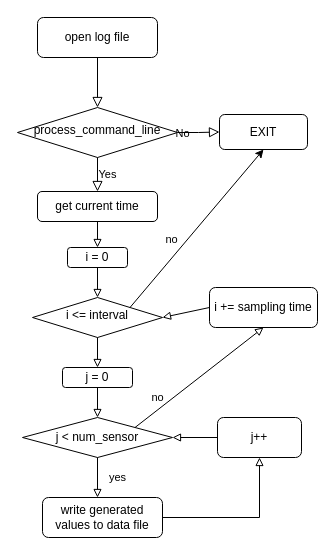
The draw.io diagram task_1/Flowchart of the main.drawio in Miraculous-Sky/mini_project, before the edit. Source tidied: cells renumbered, new cells numbered last; positions are measured from the earlier drawing's top-left corner, leaving out a move shared by most shapes. Both pictures are drawn from the tidied source at 100%, with x=0, y=0 at pixel (17, 17).
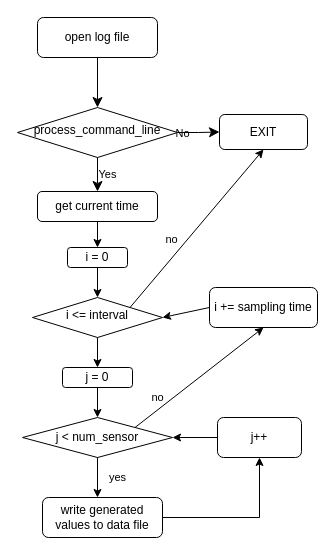
The same page after the edit.

Unchanged cells that the change refers to:
```xml
<mxCell id="3" value="open log file" style="rounded=1;whiteSpace=wrap;html=1;fontSize=12;glass=0;strokeWidth=1;shadow=0;" parent="1" vertex="1">
  <mxGeometry x="20" width="120" height="40" as="geometry" />
</mxCell>
<mxCell id="5" value="process_command_line" style="rhombus;whiteSpace=wrap;html=1;shadow=0;fontFamily=Helvetica;fontSize=12;align=center;strokeWidth=1;spacing=6;spacingTop=-4;" parent="1" vertex="1">
  <mxGeometry y="90" width="160" height="50" as="geometry" />
</mxCell>
<mxCell id="6" value="EXIT" style="rounded=1;whiteSpace=wrap;html=1;fontSize=12;glass=0;strokeWidth=1;shadow=0;" parent="1" vertex="1">
  <mxGeometry x="202" y="97" width="88" height="35" as="geometry" />
</mxCell>
<mxCell id="7" value="&lt;div style=&quot;line-height: 19px;&quot;&gt;i &amp;lt;= interval&lt;/div&gt;" style="rhombus;whiteSpace=wrap;html=1;shadow=0;fontFamily=Helvetica;fontSize=12;align=center;strokeWidth=1;spacing=6;spacingTop=-4;" parent="1" vertex="1">
  <mxGeometry x="15" y="280" width="130" height="40" as="geometry" />
</mxCell>
<mxCell id="8" value="get current time" style="rounded=1;whiteSpace=wrap;html=1;" parent="1" vertex="1">
  <mxGeometry x="20" y="174" width="120" height="30" as="geometry" />
</mxCell>
<mxCell id="10" value="i = 0" style="rounded=1;whiteSpace=wrap;html=1;" parent="1" vertex="1">
  <mxGeometry x="50" y="230" width="60" height="20" as="geometry" />
</mxCell>
<mxCell id="12" value="j &amp;lt; num_sensor" style="rhombus;whiteSpace=wrap;html=1;" parent="1" vertex="1">
  <mxGeometry x="5" y="400" width="150" height="40" as="geometry" />
</mxCell>
<mxCell id="13" value="j = 0" style="rounded=1;whiteSpace=wrap;html=1;" parent="1" vertex="1">
  <mxGeometry x="45" y="350" width="70" height="20" as="geometry" />
</mxCell>
<mxCell id="19" value="j++" style="rounded=1;whiteSpace=wrap;html=1;" parent="1" vertex="1">
  <mxGeometry x="200" y="400" width="84" height="40" as="geometry" />
</mxCell>
<mxCell id="21" value="write generated values to data file" style="rounded=1;whiteSpace=wrap;html=1;" parent="1" vertex="1">
  <mxGeometry x="25" y="480" width="120" height="40" as="geometry" />
</mxCell>
<mxCell id="23" value="i += sampling time" style="rounded=1;whiteSpace=wrap;html=1;" parent="1" vertex="1">
  <mxGeometry x="192" y="270" width="108" height="40" as="geometry" />
</mxCell>
```

Diff of the diagram source:
```diff
@@
-    <mxCell id="2" style="rounded=0;html=1;jettySize=auto;fontSize=11;endArrow=block;endFill=0;endSize=8;strokeWidth=1;shadow=0;labelBackgroundColor=none;edgeStyle=orthogonalEdgeStyle;" parent="1" edge="1" source="3" target="5">
+    <mxCell id="2" style="rounded=0;html=1;jettySize=auto;fontSize=11;endArrow=classic;endFill=1;endSize=8;strokeWidth=1;shadow=0;labelBackgroundColor=none;edgeStyle=orthogonalEdgeStyle;" parent="1" edge="1" source="3" target="5">
       <mxGeometry relative="1" as="geometry" />
     </mxCell>
@@
-    <mxCell id="4" value="No" style="edgeStyle=orthogonalEdgeStyle;rounded=0;html=1;jettySize=auto;fontSize=11;endArrow=block;endFill=0;endSize=8;strokeWidth=1;shadow=0;labelBackgroundColor=none;" parent="1" edge="1" source="5" target="6">
+    <mxCell id="4" value="No" style="edgeStyle=orthogonalEdgeStyle;rounded=0;html=1;jettySize=auto;fontSize=11;endArrow=classic;endFill=1;endSize=8;strokeWidth=1;shadow=0;labelBackgroundColor=none;" parent="1" edge="1" source="5" target="6">
       <mxGeometry x="0.01" y="15" relative="1" as="geometry">
         <mxPoint x="-1" y="1" as="offset" />
       </mxGeometry>
     </mxCell>
@@
-    <mxCell id="9" value="Yes" style="edgeStyle=orthogonalEdgeStyle;rounded=0;html=1;jettySize=auto;fontSize=11;endArrow=block;endFill=0;endSize=8;strokeWidth=1;shadow=0;labelBackgroundColor=none;exitX=0.5;exitY=1;exitDx=0;exitDy=0;entryX=0.5;entryY=0;entryDx=0;entryDy=0;" parent="1" edge="1" source="5" target="8">
+    <mxCell id="9" value="Yes" style="edgeStyle=orthogonalEdgeStyle;rounded=0;html=1;jettySize=auto;fontSize=11;endArrow=classic;endFill=1;endSize=8;strokeWidth=1;shadow=0;labelBackgroundColor=none;exitX=0.5;exitY=1;exitDx=0;exitDy=0;entryX=0.5;entryY=0;entryDx=0;entryDy=0;" parent="1" edge="1" source="5" target="8">
       <mxGeometry y="10" relative="1" as="geometry" />
     </mxCell>
@@
-    <mxCell id="11" style="endArrow=block;html=1;rounded=0;endFill=0;exitX=0.5;exitY=1;exitDx=0;exitDy=0;entryX=0.5;entryY=0;entryDx=0;entryDy=0;" parent="1" edge="1" source="8" target="10">
+    <mxCell id="11" style="endArrow=classic;html=1;rounded=0;endFill=1;exitX=0.5;exitY=1;exitDx=0;exitDy=0;entryX=0.5;entryY=0;entryDx=0;entryDy=0;" parent="1" edge="1" source="8" target="10">
       <mxGeometry relative="1" as="geometry" />
     </mxCell>
@@
-    <mxCell id="14" style="endArrow=block;html=1;rounded=0;exitX=0.5;exitY=1;exitDx=0;exitDy=0;entryX=0.5;entryY=0;entryDx=0;entryDy=0;endFill=0;" parent="1" edge="1" source="10" target="7">
+    <mxCell id="14" style="endArrow=classic;html=1;rounded=0;exitX=0.5;exitY=1;exitDx=0;exitDy=0;entryX=0.5;entryY=0;entryDx=0;entryDy=0;endFill=1;" parent="1" edge="1" source="10" target="7">
       <mxGeometry relative="1" as="geometry" />
     </mxCell>
-    <mxCell id="15" value="no" style="endArrow=classic;html=1;rounded=0;entryX=0.5;entryY=1;entryDx=0;entryDy=0;exitX=1;exitY=0;exitDx=0;exitDy=0;" parent="1" edge="1" source="7" target="6">
+    <mxCell id="15" value="no" style="endArrow=classic;html=1;rounded=0;entryX=0.5;entryY=1;entryDx=0;entryDy=0;exitX=1;exitY=0;exitDx=0;exitDy=0;endFill=1;" parent="1" edge="1" source="7" target="6">
       <mxGeometry x="-0.24" y="12" relative="1" as="geometry" />
     </mxCell>
-    <mxCell id="16" style="endArrow=block;html=1;rounded=0;exitX=0.5;exitY=1;exitDx=0;exitDy=0;entryX=0.5;entryY=0;entryDx=0;entryDy=0;endFill=0;" parent="1" edge="1" source="7" target="13">
+    <mxCell id="16" style="endArrow=classic;html=1;rounded=0;exitX=0.5;exitY=1;exitDx=0;exitDy=0;entryX=0.5;entryY=0;entryDx=0;entryDy=0;endFill=1;" parent="1" edge="1" source="7" target="13">
       <mxGeometry relative="1" as="geometry" />
     </mxCell>
-    <mxCell id="17" value="yes" style="endArrow=block;html=1;rounded=0;exitX=0.5;exitY=1;exitDx=0;exitDy=0;endFill=0;" parent="1" edge="1" source="12">
+    <mxCell id="17" value="yes" style="endArrow=classic;html=1;rounded=0;exitX=0.5;exitY=1;exitDx=0;exitDy=0;endFill=1;" parent="1" edge="1" source="12">
       <mxGeometry y="20" relative="1" as="geometry">
         <mxPoint x="80" y="480" as="targetPoint" />
       </mxGeometry>
     </mxCell>
-    <mxCell id="18" style="endArrow=block;html=1;rounded=0;exitX=0.5;exitY=1;exitDx=0;exitDy=0;entryX=0.5;entryY=0;entryDx=0;entryDy=0;endFill=0;" parent="1" edge="1" source="13" target="12">
+    <mxCell id="18" style="endArrow=classic;html=1;rounded=0;exitX=0.5;exitY=1;exitDx=0;exitDy=0;entryX=0.5;entryY=0;entryDx=0;entryDy=0;endFill=1;" parent="1" edge="1" source="13" target="12">
       <mxGeometry relative="1" as="geometry" />
     </mxCell>
@@
-    <mxCell id="20" style="endArrow=block;html=1;rounded=0;exitX=0;exitY=0.5;exitDx=0;exitDy=0;entryX=1;entryY=0.5;entryDx=0;entryDy=0;endFill=0;" parent="1" edge="1" source="19" target="12">
+    <mxCell id="20" style="endArrow=classic;html=1;rounded=0;exitX=0;exitY=0.5;exitDx=0;exitDy=0;entryX=1;entryY=0.5;entryDx=0;entryDy=0;endFill=1;" parent="1" edge="1" source="19" target="12">
       <mxGeometry relative="1" as="geometry" />
     </mxCell>
@@
-    <mxCell id="22" style="endArrow=block;html=1;rounded=0;exitX=1;exitY=0.5;exitDx=0;exitDy=0;entryX=0.5;entryY=1;entryDx=0;entryDy=0;endFill=0;" parent="1" edge="1" source="21" target="19">
+    <mxCell id="22" style="endArrow=classic;html=1;rounded=0;exitX=1;exitY=0.5;exitDx=0;exitDy=0;entryX=0.5;entryY=1;entryDx=0;entryDy=0;endFill=1;" parent="1" edge="1" source="21" target="19">
       <mxGeometry relative="1" as="geometry">
         <Array as="points">
           <mxPoint x="242" y="500" />
         </Array>
       </mxGeometry>
     </mxCell>
@@
-    <mxCell id="24" value="no" style="endArrow=block;html=1;rounded=0;exitX=1;exitY=0;exitDx=0;exitDy=0;entryX=0.5;entryY=1;entryDx=0;entryDy=0;endFill=0;" parent="1" edge="1" source="12" target="23">
+    <mxCell id="24" value="no" style="endArrow=classic;html=1;rounded=0;exitX=1;exitY=0;exitDx=0;exitDy=0;entryX=0.5;entryY=1;entryDx=0;entryDy=0;endFill=1;" parent="1" edge="1" source="12" target="23">
       <mxGeometry x="-0.56" y="10" relative="1" as="geometry" />
     </mxCell>
-    <mxCell id="25" style="endArrow=block;html=1;rounded=0;exitX=0;exitY=0.5;exitDx=0;exitDy=0;entryX=1;entryY=0.5;entryDx=0;entryDy=0;endFill=0;" parent="1" edge="1" source="23" target="7">
+    <mxCell id="25" style="endArrow=classic;html=1;rounded=0;exitX=0;exitY=0.5;exitDx=0;exitDy=0;entryX=1;entryY=0.5;entryDx=0;entryDy=0;endFill=1;" parent="1" edge="1" source="23" target="7">
       <mxGeometry relative="1" as="geometry" />
     </mxCell>
```
